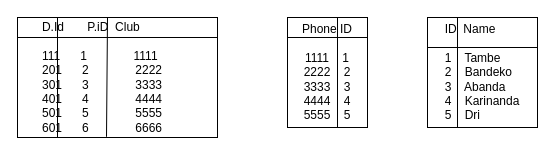
Above: Untitled Diagram.drawio in Laenka-Oss/get-cards-online (draw.io), before the change. Source tidied: cells renumbered, new cells numbered last; positions are measured from the earlier drawing's top-left corner, leaving out a move shared by most shapes. Both pictures are drawn from the tidied source at 100%, with x=0, y=0 at pixel (17, 17).
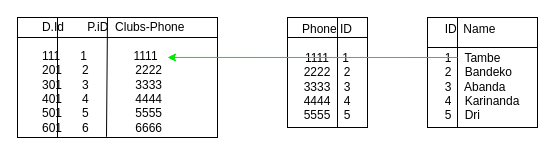
The same diagram, later.

The edit, as a diff of the source:
```diff
@@
 <mxGraphModel>
   <root>
     <mxCell id="0" />
     <mxCell id="1" parent="0" />
     <mxCell id="2" value="&lt;div align=&quot;justify&quot;&gt;ID&amp;nbsp; Name&lt;/div&gt;&lt;div align=&quot;justify&quot;&gt;&lt;br&gt;&lt;/div&gt;&lt;div align=&quot;justify&quot;&gt;1 &amp;nbsp;&amp;nbsp; Tambe&lt;br&gt;2&amp;nbsp;&amp;nbsp;&amp;nbsp; Bandeko&lt;br&gt;3&amp;nbsp;&amp;nbsp;&amp;nbsp; Abanda&lt;br&gt;4&amp;nbsp;&amp;nbsp;&amp;nbsp; Karinanda&lt;br&gt;5&amp;nbsp;&amp;nbsp;&amp;nbsp; Dri&lt;/div&gt;" style="shape=internalStorage;whiteSpace=wrap;html=1;backgroundOutline=1;dx=30;dy=30;" parent="1" vertex="1">
       <mxGeometry x="410" width="110" height="110" as="geometry" />
     </mxCell>
     <mxCell id="3" value="&lt;div&gt;Phone ID &lt;br&gt;&lt;/div&gt;&lt;div&gt;&lt;br&gt;&lt;/div&gt;&lt;div&gt;1111&amp;nbsp;&amp;nbsp;&amp;nbsp; 1&lt;/div&gt;2222&amp;nbsp;&amp;nbsp;&amp;nbsp; 2&lt;br&gt;3333&amp;nbsp;&amp;nbsp;&amp;nbsp; 3&lt;br&gt;4444&amp;nbsp;&amp;nbsp;&amp;nbsp; 4&lt;br&gt;5555&amp;nbsp;&amp;nbsp;&amp;nbsp; 5" style="shape=internalStorage;whiteSpace=wrap;html=1;backgroundOutline=1;dx=50;dy=20;" parent="1" vertex="1">
       <mxGeometry x="270" width="80" height="110" as="geometry" />
     </mxCell>
-    <mxCell id="4" value="&lt;div align=&quot;justify&quot;&gt;D.Id &amp;nbsp; &amp;nbsp; &amp;nbsp; P.iD&amp;nbsp; Club&lt;/div&gt;&lt;div align=&quot;justify&quot;&gt;&lt;br&gt;&lt;/div&gt;&lt;div align=&quot;justify&quot;&gt;111&amp;nbsp;&amp;nbsp;&amp;nbsp; &amp;nbsp; 1&amp;nbsp;&amp;nbsp;&amp;nbsp;&amp;nbsp;&amp;nbsp;&amp;nbsp;&amp;nbsp;&amp;nbsp;&amp;nbsp; &amp;nbsp; &amp;nbsp; 1111&lt;br&gt;&lt;/div&gt;&lt;div align=&quot;justify&quot;&gt;201 &amp;nbsp;&amp;nbsp;&amp;nbsp;&amp;nbsp; 2 &amp;nbsp;&amp;nbsp; &amp;nbsp; &amp;nbsp; &amp;nbsp; &amp;nbsp; &amp;nbsp; 2222&lt;br&gt;301 &amp;nbsp;&amp;nbsp;&amp;nbsp;&amp;nbsp; 3&amp;nbsp;&amp;nbsp;&amp;nbsp; &amp;nbsp; &amp;nbsp; &amp;nbsp; &amp;nbsp; &amp;nbsp; 3333&lt;br&gt;401&amp;nbsp;&amp;nbsp;&amp;nbsp;&amp;nbsp;&amp;nbsp; 4 &amp;nbsp; &amp;nbsp;&amp;nbsp;&amp;nbsp;&amp;nbsp;&amp;nbsp;&amp;nbsp;&amp;nbsp;&amp;nbsp;&amp;nbsp;&amp;nbsp; 4444 &amp;nbsp;&amp;nbsp;&amp;nbsp;&amp;nbsp;&amp;nbsp;&amp;nbsp;&amp;nbsp;&amp;nbsp; &lt;br&gt;501 &amp;nbsp;&amp;nbsp;&amp;nbsp;&amp;nbsp; 5&amp;nbsp;&amp;nbsp; &amp;nbsp; &amp;nbsp; &amp;nbsp; &amp;nbsp; &amp;nbsp;&amp;nbsp; 5555&lt;br&gt;601 &amp;nbsp;&amp;nbsp;&amp;nbsp;&amp;nbsp; 6 &amp;nbsp; &amp;nbsp; &amp;nbsp; &amp;nbsp;&amp;nbsp; &amp;nbsp;&amp;nbsp;&amp;nbsp; 6666&lt;br&gt;&lt;/div&gt;" style="shape=internalStorage;whiteSpace=wrap;html=1;backgroundOutline=1;dx=40;dy=20;" parent="1" vertex="1">
+    <mxCell id="4" value="&lt;div align=&quot;justify&quot;&gt;D.Id &amp;nbsp; &amp;nbsp; &amp;nbsp; P.iD&amp;nbsp; Clubs-Phone&lt;br&gt;&lt;/div&gt;&lt;div align=&quot;justify&quot;&gt;&lt;br&gt;&lt;/div&gt;&lt;div align=&quot;justify&quot;&gt;111&amp;nbsp;&amp;nbsp;&amp;nbsp; &amp;nbsp; 1&amp;nbsp;&amp;nbsp;&amp;nbsp;&amp;nbsp;&amp;nbsp;&amp;nbsp;&amp;nbsp;&amp;nbsp;&amp;nbsp; &amp;nbsp; &amp;nbsp; 1111&lt;br&gt;&lt;/div&gt;&lt;div align=&quot;justify&quot;&gt;201 &amp;nbsp;&amp;nbsp;&amp;nbsp;&amp;nbsp; 2 &amp;nbsp;&amp;nbsp; &amp;nbsp; &amp;nbsp; &amp;nbsp; &amp;nbsp; &amp;nbsp; 2222&lt;br&gt;301 &amp;nbsp;&amp;nbsp;&amp;nbsp;&amp;nbsp; 3&amp;nbsp;&amp;nbsp;&amp;nbsp; &amp;nbsp; &amp;nbsp; &amp;nbsp; &amp;nbsp; &amp;nbsp; 3333&lt;br&gt;401&amp;nbsp;&amp;nbsp;&amp;nbsp;&amp;nbsp;&amp;nbsp; 4 &amp;nbsp; &amp;nbsp;&amp;nbsp;&amp;nbsp;&amp;nbsp;&amp;nbsp;&amp;nbsp;&amp;nbsp;&amp;nbsp;&amp;nbsp;&amp;nbsp; 4444 &amp;nbsp;&amp;nbsp;&amp;nbsp;&amp;nbsp;&amp;nbsp;&amp;nbsp;&amp;nbsp;&amp;nbsp; &lt;br&gt;501 &amp;nbsp;&amp;nbsp;&amp;nbsp;&amp;nbsp; 5&amp;nbsp;&amp;nbsp; &amp;nbsp; &amp;nbsp; &amp;nbsp; &amp;nbsp; &amp;nbsp;&amp;nbsp; 5555&lt;br&gt;601 &amp;nbsp;&amp;nbsp;&amp;nbsp;&amp;nbsp; 6 &amp;nbsp; &amp;nbsp; &amp;nbsp; &amp;nbsp;&amp;nbsp; &amp;nbsp;&amp;nbsp;&amp;nbsp; 6666&lt;br&gt;&lt;/div&gt;" style="shape=internalStorage;whiteSpace=wrap;html=1;backgroundOutline=1;dx=40;dy=20;" parent="1" vertex="1">
       <mxGeometry width="200" height="120" as="geometry" />
     </mxCell>
     <mxCell id="5" style="endArrow=none;html=1;rounded=0;exitX=0.445;exitY=0.994;exitDx=0;exitDy=0;exitPerimeter=0;" parent="1" edge="1" source="4">
       <mxGeometry relative="1" as="geometry">
         <mxPoint x="90" as="targetPoint" />
       </mxGeometry>
     </mxCell>
+    <mxCell id="6" style="endArrow=classic;html=1;rounded=0;entryX=0.75;entryY=0.333;entryDx=0;entryDy=0;entryPerimeter=0;fillColor=#cdeb8b;strokeColor=#00EB00;" parent="1" edge="1" target="4">
+      <mxGeometry relative="1" as="geometry">
+        <mxPoint x="440" y="40" as="sourcePoint" />
+      </mxGeometry>
+    </mxCell>
   </root>
 </mxGraphModel>
```
